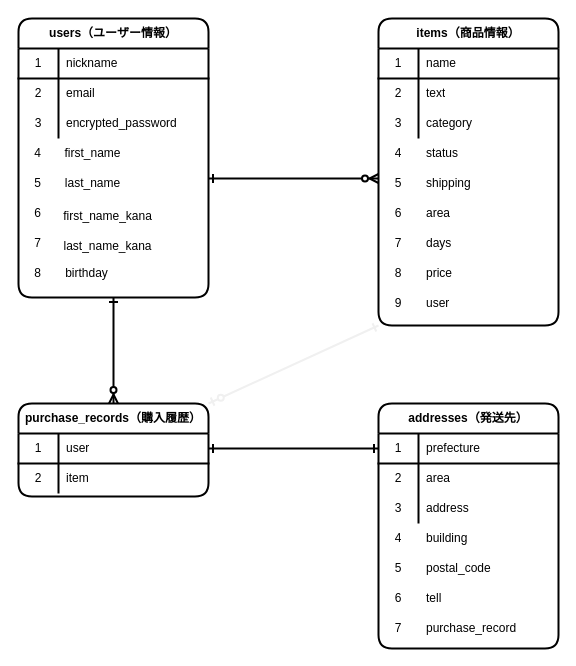
Earlier version of the draw.io diagram ER.dio (shokun1209/furima-35042). Source tidied: cells renumbered, new cells numbered last; positions are measured from the earlier drawing's top-left corner, leaving out a move shared by most shapes. Both pictures are drawn from the tidied source at 100%, with x=0, y=0 at pixel (18, 18).
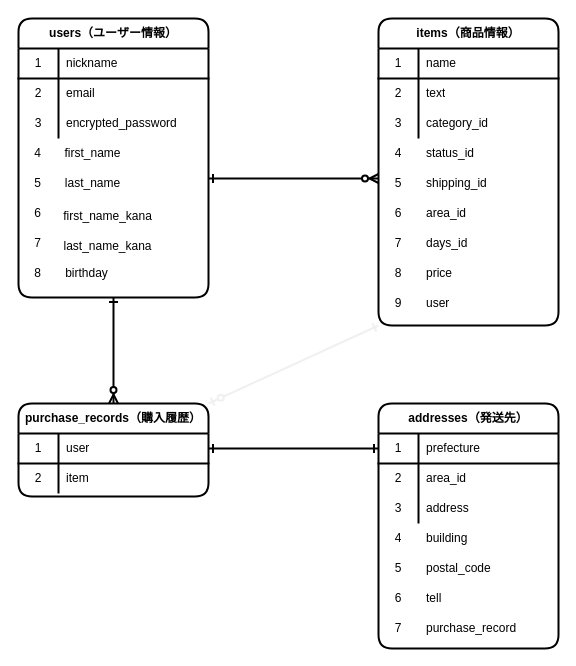
The same page after the edit.

Unchanged cells that the change refers to:
```xml
<mxCell id="11" style="shape=partialRectangle;html=1;whiteSpace=wrap;fillColor=none;top=0;left=0;bottom=0;right=0;rounded=1;strokeWidth=2;" parent="4" vertex="1">
  <mxGeometry y="90" width="180" height="30" as="geometry" />
</mxCell>
<mxCell id="59" style="shape=partialRectangle;html=1;whiteSpace=wrap;fillColor=none;top=0;left=0;bottom=0;right=0;rounded=1;strokeWidth=2;" parent="55" vertex="1">
  <mxGeometry y="60" width="180" height="30" as="geometry" />
</mxCell>
```

What changed in the source:
```diff
@@
-    <mxCell id="13" value="category" style="shape=partialRectangle;html=1;whiteSpace=wrap;fillColor=none;top=0;left=0;bottom=0;right=0;align=left;spacingLeft=6;overflow=hidden;rounded=1;strokeWidth=2;" parent="11" vertex="1">
+    <mxCell id="13" value="category_id" style="shape=partialRectangle;html=1;whiteSpace=wrap;fillColor=none;top=0;left=0;bottom=0;right=0;align=left;spacingLeft=6;overflow=hidden;rounded=1;strokeWidth=2;" parent="11" vertex="1">
       <mxGeometry x="40" width="140" height="30" as="geometry" />
     </mxCell>
@@
-    <mxCell id="43" value="status" style="shape=partialRectangle;html=1;whiteSpace=wrap;fillColor=none;top=0;left=0;bottom=0;right=0;align=left;spacingLeft=6;overflow=hidden;rounded=1;strokeWidth=2;" parent="1" vertex="1">
+    <mxCell id="43" value="status_id" style="shape=partialRectangle;html=1;whiteSpace=wrap;fillColor=none;top=0;left=0;bottom=0;right=0;align=left;spacingLeft=6;overflow=hidden;rounded=1;strokeWidth=2;" parent="1" vertex="1">
       <mxGeometry x="400" y="120" width="140" height="30" as="geometry" />
     </mxCell>
-    <mxCell id="44" value="shipping" style="shape=partialRectangle;html=1;whiteSpace=wrap;fillColor=none;top=0;left=0;bottom=0;right=0;align=left;spacingLeft=6;overflow=hidden;rounded=1;strokeWidth=2;" parent="1" vertex="1">
+    <mxCell id="44" value="shipping_id" style="shape=partialRectangle;html=1;whiteSpace=wrap;fillColor=none;top=0;left=0;bottom=0;right=0;align=left;spacingLeft=6;overflow=hidden;rounded=1;strokeWidth=2;" parent="1" vertex="1">
       <mxGeometry x="400" y="150" width="140" height="30" as="geometry" />
     </mxCell>
-    <mxCell id="45" value="area" style="shape=partialRectangle;html=1;whiteSpace=wrap;fillColor=none;top=0;left=0;bottom=0;right=0;align=left;spacingLeft=6;overflow=hidden;rounded=1;strokeWidth=2;" parent="1" vertex="1">
+    <mxCell id="45" value="area_id" style="shape=partialRectangle;html=1;whiteSpace=wrap;fillColor=none;top=0;left=0;bottom=0;right=0;align=left;spacingLeft=6;overflow=hidden;rounded=1;strokeWidth=2;" parent="1" vertex="1">
       <mxGeometry x="400" y="180" width="140" height="30" as="geometry" />
     </mxCell>
-    <mxCell id="46" value="days" style="shape=partialRectangle;html=1;whiteSpace=wrap;fillColor=none;top=0;left=0;bottom=0;right=0;align=left;spacingLeft=6;overflow=hidden;rounded=1;strokeWidth=2;" parent="1" vertex="1">
+    <mxCell id="46" value="days_id" style="shape=partialRectangle;html=1;whiteSpace=wrap;fillColor=none;top=0;left=0;bottom=0;right=0;align=left;spacingLeft=6;overflow=hidden;rounded=1;strokeWidth=2;" parent="1" vertex="1">
       <mxGeometry x="400" y="210" width="140" height="30" as="geometry" />
     </mxCell>
@@
-    <mxCell id="61" value="area" style="shape=partialRectangle;html=1;whiteSpace=wrap;fillColor=none;top=0;left=0;bottom=0;right=0;align=left;spacingLeft=6;overflow=hidden;rounded=1;strokeWidth=2;" parent="59" vertex="1">
+    <mxCell id="61" value="area_id" style="shape=partialRectangle;html=1;whiteSpace=wrap;fillColor=none;top=0;left=0;bottom=0;right=0;align=left;spacingLeft=6;overflow=hidden;rounded=1;strokeWidth=2;" parent="59" vertex="1">
       <mxGeometry x="40" width="140" height="30" as="geometry" />
     </mxCell>
```
